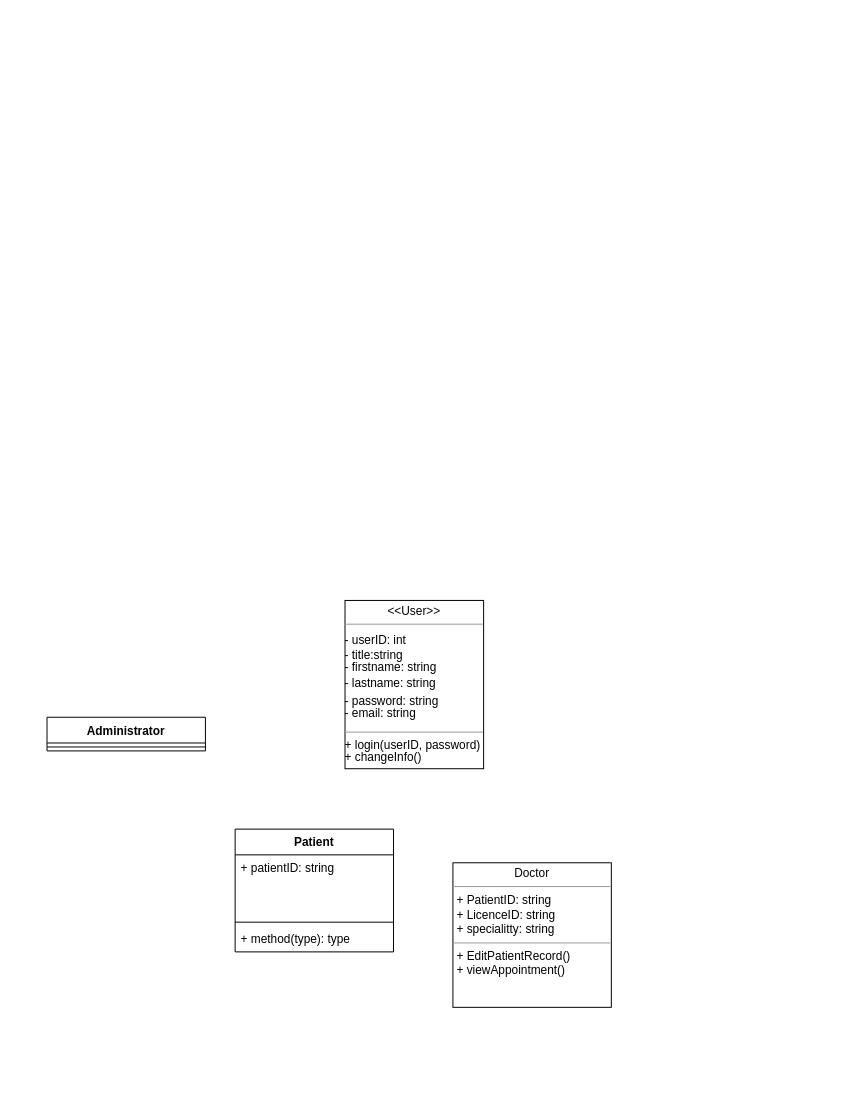
This is Untitled Diagram.drawio from chendjou237/flutter_riverpod_quiz, a draw.io file, before an edit. Source tidied: cells renumbered, new cells numbered last; positions are measured from the earlier drawing's top-left corner, leaving out a move shared by most shapes. Both pictures are drawn from the tidied source at 99%, with x=0, y=0 at pixel (47, 600).
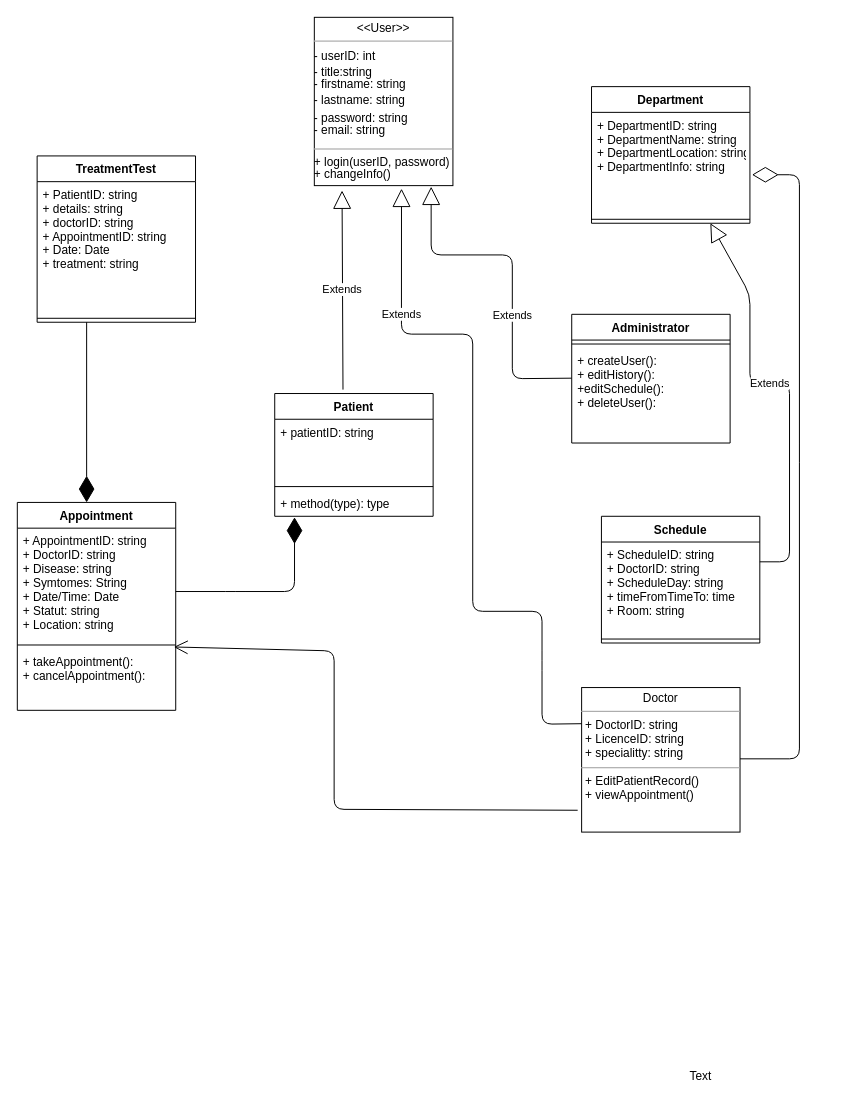
Above is the later version.

The change refers to these unchanged cells:
```xml
<mxCell id="6" value="+ method(type): type" style="text;strokeColor=none;fillColor=none;align=left;verticalAlign=top;spacingLeft=4;spacingRight=4;overflow=hidden;points=[[0,0.5],[1,0.5]];portConstraint=eastwest;" parent="3" vertex="1">
  <mxGeometry y="98" width="160" height="26" as="geometry" />
</mxCell>
```

Change to the diagram source:
```diff
@@
     <mxCell id="2" value="&lt;p style=&quot;margin: 0px ; margin-top: 4px ; text-align: center&quot;&gt;&amp;lt;&amp;lt;User&amp;gt;&amp;gt;&lt;br&gt;&lt;/p&gt;&lt;hr size=&quot;1&quot;&gt;&lt;div style=&quot;height: 2px&quot;&gt;&amp;nbsp;&lt;br&gt;&lt;/div&gt;&lt;div style=&quot;height: 2px&quot;&gt;- userID: int&lt;/div&gt;&lt;div style=&quot;height: 2px&quot;&gt;&lt;br&gt;&lt;/div&gt;&lt;div style=&quot;height: 2px&quot;&gt;&lt;br&gt;&lt;/div&gt;&lt;div style=&quot;height: 2px&quot;&gt;&lt;br&gt;&lt;/div&gt;&lt;div style=&quot;height: 2px&quot;&gt;&lt;br&gt;&lt;/div&gt;&lt;div style=&quot;height: 2px&quot;&gt;&lt;br&gt;&lt;/div&gt;&lt;div style=&quot;height: 2px&quot;&gt;&lt;br&gt;&lt;/div&gt;&lt;div style=&quot;height: 2px&quot;&gt;&lt;br&gt;&lt;/div&gt;&lt;div style=&quot;height: 2px&quot;&gt;- title:string&lt;/div&gt;&lt;div style=&quot;height: 2px&quot;&gt;&lt;br&gt;&lt;/div&gt;&lt;div style=&quot;height: 2px&quot;&gt;&lt;br&gt;&lt;/div&gt;&lt;div style=&quot;height: 2px&quot;&gt;&lt;br&gt;&lt;/div&gt;&lt;div style=&quot;height: 2px&quot;&gt;&lt;br&gt;&lt;/div&gt;&lt;div style=&quot;height: 2px&quot;&gt;&lt;br&gt;&lt;/div&gt;&lt;div style=&quot;height: 2px&quot;&gt;- firstname: string&lt;/div&gt;&lt;div style=&quot;height: 2px&quot;&gt;&lt;br&gt;&lt;/div&gt;&lt;div style=&quot;height: 2px&quot;&gt;&lt;br&gt;&lt;/div&gt;&lt;div style=&quot;height: 2px&quot;&gt;&lt;br&gt;&lt;/div&gt;&lt;div style=&quot;height: 2px&quot;&gt;&lt;br&gt;&lt;/div&gt;&lt;div style=&quot;height: 2px&quot;&gt;&lt;br&gt;&lt;/div&gt;&lt;div style=&quot;height: 2px&quot;&gt;&lt;br&gt;&lt;/div&gt;&lt;div style=&quot;height: 2px&quot;&gt;&amp;nbsp;&lt;br&gt;&lt;/div&gt;&lt;div style=&quot;height: 2px&quot;&gt;- lastname: string&lt;/div&gt;&lt;div style=&quot;height: 2px&quot;&gt;&lt;br&gt;&lt;/div&gt;&lt;div style=&quot;height: 2px&quot;&gt;&lt;br&gt;&lt;/div&gt;&lt;div style=&quot;height: 2px&quot;&gt;&lt;br&gt;&lt;/div&gt;&lt;div style=&quot;height: 2px&quot;&gt;&lt;br&gt;&lt;/div&gt;&lt;div style=&quot;height: 2px&quot;&gt;&lt;br&gt;&lt;/div&gt;&lt;div style=&quot;height: 2px&quot;&gt;&lt;br&gt;&lt;/div&gt;&lt;div style=&quot;height: 2px&quot;&gt;&amp;nbsp;&lt;br&gt;&lt;/div&gt;&lt;div style=&quot;height: 2px&quot;&gt;&amp;nbsp; &lt;br&gt;&lt;/div&gt;&lt;div style=&quot;height: 2px&quot;&gt;- password: string&lt;br&gt;&lt;/div&gt;&lt;div style=&quot;height: 2px&quot;&gt;&lt;br&gt;&lt;/div&gt;&lt;div style=&quot;height: 2px&quot;&gt;&lt;br&gt;&lt;/div&gt;&lt;div style=&quot;height: 2px&quot;&gt;&lt;br&gt;&lt;/div&gt;&lt;div style=&quot;height: 2px&quot;&gt;&lt;br&gt;&lt;/div&gt;&lt;div style=&quot;height: 2px&quot;&gt;&lt;br&gt;&lt;/div&gt;&lt;div style=&quot;height: 2px&quot;&gt;- email: string&lt;/div&gt;&lt;div style=&quot;height: 2px&quot;&gt;&lt;br&gt;&lt;/div&gt;&lt;div style=&quot;height: 2px&quot;&gt;&lt;br&gt;&lt;/div&gt;&lt;div style=&quot;height: 2px&quot;&gt;&lt;br&gt;&lt;/div&gt;&lt;div style=&quot;height: 2px&quot;&gt;&lt;br&gt;&lt;/div&gt;&lt;div style=&quot;height: 2px&quot;&gt;&lt;br&gt;&lt;/div&gt;&lt;div style=&quot;height: 2px&quot;&gt;&lt;br&gt;&lt;/div&gt;&lt;div style=&quot;height: 2px&quot;&gt;&lt;br&gt;&lt;/div&gt;&lt;div style=&quot;height: 2px&quot;&gt;&lt;br&gt;&lt;/div&gt;&lt;div style=&quot;height: 2px&quot;&gt;&lt;br&gt;&lt;/div&gt;&lt;hr size=&quot;1&quot;&gt;&lt;div style=&quot;height: 2px&quot;&gt;+ login(userID, password)&lt;/div&gt;&lt;div style=&quot;height: 2px&quot;&gt;&lt;br&gt;&lt;/div&gt;&lt;div style=&quot;height: 2px&quot;&gt;&lt;br&gt;&lt;/div&gt;&lt;div style=&quot;height: 2px&quot;&gt;&lt;br&gt;&lt;/div&gt;&lt;div style=&quot;height: 2px&quot;&gt;&lt;br&gt;&lt;/div&gt;&lt;div style=&quot;height: 2px&quot;&gt;&amp;nbsp;&lt;br&gt;&lt;/div&gt;&lt;div style=&quot;height: 2px&quot;&gt;+ changeInfo()&lt;br&gt;&lt;/div&gt;" style="verticalAlign=top;align=left;overflow=fill;fontSize=12;fontFamily=Helvetica;html=1;" parent="1" vertex="1">
-      <mxGeometry x="301" width="140" height="170" as="geometry" />
+      <mxGeometry x="270" y="-589" width="140" height="170" as="geometry" />
     </mxCell>
     <mxCell id="3" value="Patient" style="swimlane;fontStyle=1;align=center;verticalAlign=top;horizontal=1;startSize=26;" parent="1" vertex="1">
-      <mxGeometry x="190" y="231" width="160" height="124" as="geometry" />
+      <mxGeometry x="230" y="-209" width="160" height="124" as="geometry" />
     </mxCell>
@@
-    <mxCell id="7" value="&lt;p style=&quot;margin: 0px ; margin-top: 4px ; text-align: center&quot;&gt;Doctor&lt;br&gt;&lt;/p&gt;&lt;hr size=&quot;1&quot;&gt;&lt;p style=&quot;margin: 0px ; margin-left: 4px&quot;&gt;+ PatientID: string&lt;/p&gt;&lt;p style=&quot;margin: 0px ; margin-left: 4px&quot;&gt;+ LicenceID: string&lt;/p&gt;&lt;p style=&quot;margin: 0px ; margin-left: 4px&quot;&gt;+ specialitty: string&lt;br&gt;&lt;/p&gt;&lt;hr size=&quot;1&quot;&gt;&lt;p style=&quot;margin: 0px ; margin-left: 4px&quot;&gt;+ EditPatientRecord()&lt;/p&gt;&lt;p style=&quot;margin: 0px ; margin-left: 4px&quot;&gt;+ viewAppointment()&lt;br&gt;&lt;/p&gt;" style="verticalAlign=top;align=left;overflow=fill;fontSize=12;fontFamily=Helvetica;html=1;" parent="1" vertex="1">
-      <mxGeometry x="410" y="265" width="160" height="146" as="geometry" />
-    </mxCell>
     <mxCell id="8" value="Administrator" style="swimlane;fontStyle=1;align=center;verticalAlign=top;horizontal=1;startSize=26;" parent="1" vertex="1">
-      <mxGeometry y="118" width="160" height="34" as="geometry" />
+      <mxGeometry x="530" y="-289" width="160" height="130" as="geometry" />
     </mxCell>
@@
+    <mxCell id="10" value="Extends" style="endArrow=block;endSize=16;endFill=0;html=1;entryX=0.843;entryY=1.006;entryDx=0;entryDy=0;entryPerimeter=0;" parent="8" edge="1" target="2">
+      <mxGeometry x="-0.26" relative="1" as="geometry">
+        <mxPoint y="64.5" as="sourcePoint" />
+        <Array as="points">
+          <mxPoint x="-60" y="65" />
+          <mxPoint x="-60" y="-60" />
+          <mxPoint x="-142" y="-60" />
+        </Array>
+      </mxGeometry>
+    </mxCell>
+    <mxCell id="11" value="+ createUser():&#10;+ editHistory():&#10;+editSchedule():&#10;+ deleteUser():&#10;&#10;" style="text;strokeColor=none;fillColor=none;align=left;verticalAlign=top;spacingLeft=4;spacingRight=4;overflow=hidden;" parent="8" vertex="1">
+      <mxGeometry y="34" width="160" height="96" as="geometry" />
+    </mxCell>
+    <mxCell id="12" value="Department" style="swimlane;fontStyle=1;align=center;verticalAlign=top;horizontal=1;startSize=26;" parent="1" vertex="1">
+      <mxGeometry x="550" y="-519" width="160" height="138" as="geometry" />
+    </mxCell>
+    <mxCell id="13" value="+ DepartmentID: string&#10;+ DepartmentName: string&#10;+ DepartmentLocation: string&#10;+ DepartmentInfo: string&#10;" style="text;strokeColor=none;fillColor=none;align=left;verticalAlign=top;spacingLeft=4;spacingRight=4;overflow=hidden;points=[[0,0.5],[1,0.5]];portConstraint=eastwest;" parent="12" vertex="1">
+      <mxGeometry y="26" width="160" height="104" as="geometry" />
+    </mxCell>
+    <mxCell id="14" style="line;strokeWidth=1;fillColor=none;align=left;verticalAlign=middle;spacingTop=-1;spacingLeft=3;spacingRight=3;labelPosition=right;" parent="12" vertex="1">
+      <mxGeometry y="130" width="160" height="8" as="geometry" />
+    </mxCell>
+    <mxCell id="15" value="Text" style="text;html=1;align=center;verticalAlign=middle;strokeColor=none;" parent="1" vertex="1">
+      <mxGeometry x="640" y="471" width="40" height="20" as="geometry" />
+    </mxCell>
+    <mxCell id="16" value="Appointment" style="swimlane;fontStyle=1;align=center;verticalAlign=top;horizontal=1;startSize=26;" parent="1" vertex="1">
+      <mxGeometry x="-30" y="-99" width="160" height="210" as="geometry" />
+    </mxCell>
+    <mxCell id="17" value="+ AppointmentID: string&#10;+ DoctorID: string&#10;+ Disease: string&#10;+ Symtomes: String&#10;+ Date/Time: Date&#10;+ Statut: string&#10;+ Location: string&#10;&#10;&#10;&#10;&#10;" style="text;strokeColor=none;fillColor=none;align=left;verticalAlign=top;spacingLeft=4;spacingRight=4;overflow=hidden;" parent="16" vertex="1">
+      <mxGeometry y="26" width="160" height="114" as="geometry" />
+    </mxCell>
+    <mxCell id="18" style="line;strokeWidth=1;fillColor=none;align=left;verticalAlign=middle;spacingTop=-1;spacingLeft=3;spacingRight=3;labelPosition=right;" parent="16" vertex="1">
+      <mxGeometry y="140" width="160" height="8" as="geometry" />
+    </mxCell>
+    <mxCell id="19" value="+ takeAppointment():&#10;+ cancelAppointment():&#10;" style="text;strokeColor=none;fillColor=none;align=left;verticalAlign=top;spacingLeft=4;spacingRight=4;overflow=hidden;points=[[0,0.5],[1,0.5]];portConstraint=eastwest;" parent="16" vertex="1">
+      <mxGeometry y="148" width="160" height="62" as="geometry" />
+    </mxCell>
+    <mxCell id="20" value="Schedule" style="swimlane;fontStyle=1;align=center;verticalAlign=top;horizontal=1;startSize=26;" parent="1" vertex="1">
+      <mxGeometry x="560" y="-85" width="160" height="128" as="geometry" />
+    </mxCell>
+    <mxCell id="21" value="+ ScheduleID: string &#10;+ DoctorID: string&#10;+ ScheduleDay: string&#10;+ timeFromTimeTo: time&#10;+ Room: string&#10;" style="text;strokeColor=none;fillColor=none;align=left;verticalAlign=top;spacingLeft=4;spacingRight=4;overflow=hidden;" parent="20" vertex="1">
+      <mxGeometry y="26" width="160" height="94" as="geometry" />
+    </mxCell>
+    <mxCell id="22" style="line;strokeWidth=1;fillColor=none;align=left;verticalAlign=middle;spacingTop=-1;spacingLeft=3;spacingRight=3;labelPosition=right;" parent="20" vertex="1">
+      <mxGeometry y="120" width="160" height="8" as="geometry" />
+    </mxCell>
+    <mxCell id="23" value="TreatmentTest" style="swimlane;fontStyle=1;align=center;verticalAlign=top;horizontal=1;startSize=26;" parent="1" vertex="1">
+      <mxGeometry x="-10" y="-449" width="160" height="168" as="geometry" />
+    </mxCell>
+    <mxCell id="24" value="+ PatientID: string&#10;+ details: string&#10;+ doctorID: string&#10;+ AppointmentID: string&#10;+ Date: Date&#10;+ treatment: string&#10;&#10;" style="text;strokeColor=none;fillColor=none;align=left;verticalAlign=top;spacingLeft=4;spacingRight=4;overflow=hidden;" parent="23" vertex="1">
+      <mxGeometry y="26" width="160" height="134" as="geometry" />
+    </mxCell>
+    <mxCell id="25" style="line;strokeWidth=1;fillColor=none;align=left;verticalAlign=middle;spacingTop=-1;spacingLeft=3;spacingRight=3;labelPosition=right;" parent="23" vertex="1">
+      <mxGeometry y="160" width="160" height="8" as="geometry" />
+    </mxCell>
+    <mxCell id="26" style="endArrow=diamondThin;endFill=1;endSize=24;html=1;entryX=0.125;entryY=1.038;entryDx=0;entryDy=0;entryPerimeter=0;" parent="1" edge="1" target="6">
+      <mxGeometry relative="1" as="geometry">
+        <mxPoint x="130" y="-9" as="sourcePoint" />
+        <Array as="points">
+          <mxPoint x="190" y="-9" />
+          <mxPoint x="250" y="-9" />
+        </Array>
+      </mxGeometry>
+    </mxCell>
+    <mxCell id="7" value="&lt;p style=&quot;margin: 0px ; margin-top: 4px ; text-align: center&quot;&gt;Doctor&lt;br&gt;&lt;/p&gt;&lt;hr size=&quot;1&quot;&gt;&lt;p style=&quot;margin: 0px ; margin-left: 4px&quot;&gt;+ DoctorID: string&lt;/p&gt;&lt;p style=&quot;margin: 0px ; margin-left: 4px&quot;&gt;+ LicenceID: string&lt;/p&gt;&lt;p style=&quot;margin: 0px ; margin-left: 4px&quot;&gt;+ specialitty: string&lt;br&gt;&lt;/p&gt;&lt;hr size=&quot;1&quot;&gt;&lt;p style=&quot;margin: 0px ; margin-left: 4px&quot;&gt;+ EditPatientRecord()&lt;/p&gt;&lt;p style=&quot;margin: 0px ; margin-left: 4px&quot;&gt;+ viewAppointment()&lt;br&gt;&lt;/p&gt;" style="verticalAlign=top;align=left;overflow=fill;fontSize=12;fontFamily=Helvetica;html=1;" parent="1" vertex="1">
+      <mxGeometry x="540" y="88" width="160" height="146" as="geometry" />
+    </mxCell>
+    <mxCell id="27" style="endArrow=diamondThin;endFill=1;endSize=24;html=1;" parent="1" edge="1">
+      <mxGeometry relative="1" as="geometry">
+        <mxPoint x="40" y="-281" as="sourcePoint" />
+        <mxPoint x="40" y="-99" as="targetPoint" />
+      </mxGeometry>
+    </mxCell>
+    <mxCell id="28" value="Extends" style="endArrow=block;endSize=16;endFill=0;html=1;exitX=0.431;exitY=-0.032;exitDx=0;exitDy=0;exitPerimeter=0;entryX=0.2;entryY=1.029;entryDx=0;entryDy=0;entryPerimeter=0;" parent="1" edge="1" source="3" target="2">
+      <mxGeometry relative="1" as="geometry" />
+    </mxCell>
+    <mxCell id="29" value="Extends" style="endArrow=block;endSize=16;endFill=0;html=1;entryX=0.629;entryY=1.018;entryDx=0;entryDy=0;entryPerimeter=0;exitX=0;exitY=0.25;exitDx=0;exitDy=0;" parent="1" edge="1" source="7" target="2">
+      <mxGeometry x="0.65" relative="1" as="geometry">
+        <Array as="points">
+          <mxPoint x="500" y="125" />
+          <mxPoint x="500" y="61" />
+          <mxPoint x="500" y="11" />
+          <mxPoint x="430" y="11" />
+          <mxPoint x="430" y="-269" />
+          <mxPoint x="358" y="-269" />
+        </Array>
+      </mxGeometry>
+    </mxCell>
+    <mxCell id="30" value="Extends" style="endArrow=block;endSize=16;endFill=0;html=1;entryX=0.75;entryY=1;entryDx=0;entryDy=0;" parent="1" edge="1" target="12">
+      <mxGeometry x="0.09" relative="1" as="geometry">
+        <mxPoint x="720" y="-39" as="sourcePoint" />
+        <Array as="points">
+          <mxPoint x="750" y="-39" />
+          <mxPoint x="750" y="-219" />
+          <mxPoint x="710" y="-219" />
+          <mxPoint x="710" y="-309" />
+        </Array>
+      </mxGeometry>
+    </mxCell>
+    <mxCell id="31" style="endArrow=diamondThin;endFill=0;endSize=24;html=1;entryX=1.013;entryY=0.606;entryDx=0;entryDy=0;entryPerimeter=0;" parent="1" edge="1" target="13">
+      <mxGeometry relative="1" as="geometry">
+        <mxPoint x="700" y="160" as="sourcePoint" />
+        <Array as="points">
+          <mxPoint x="760" y="160" />
+          <mxPoint x="760" y="-149" />
+          <mxPoint x="760" y="-430" />
+        </Array>
+      </mxGeometry>
+    </mxCell>
+    <mxCell id="32" style="endArrow=open;endFill=1;endSize=12;html=1;entryX=0.988;entryY=-0.032;entryDx=0;entryDy=0;entryPerimeter=0;exitX=-0.025;exitY=0.849;exitDx=0;exitDy=0;exitPerimeter=0;" parent="1" edge="1" source="7" target="19">
+      <mxGeometry relative="1" as="geometry">
+        <Array as="points">
+          <mxPoint x="290" y="211" />
+          <mxPoint x="290" y="51" />
+        </Array>
+      </mxGeometry>
+    </mxCell>
```
